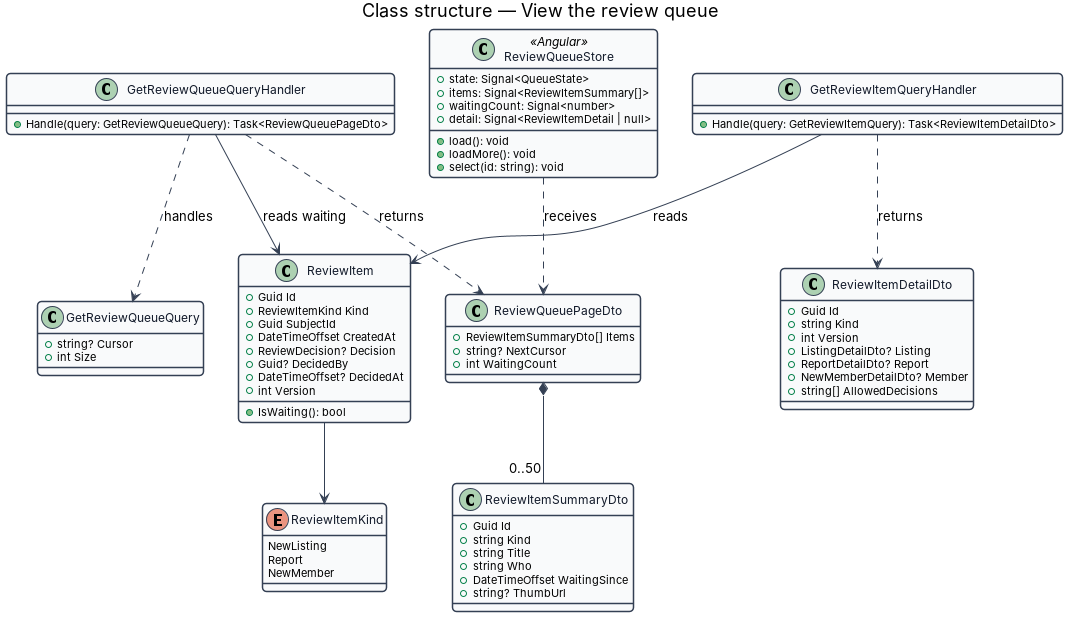
Above: docs/detailed-designs/review/view-review-queue/diagrams/class-structure.png in QuinntyneBrown/christian-rent (PlantUML), before the change. Its source is kept beside it as docs/detailed-designs/review/view-review-queue/diagrams/class-structure.puml.
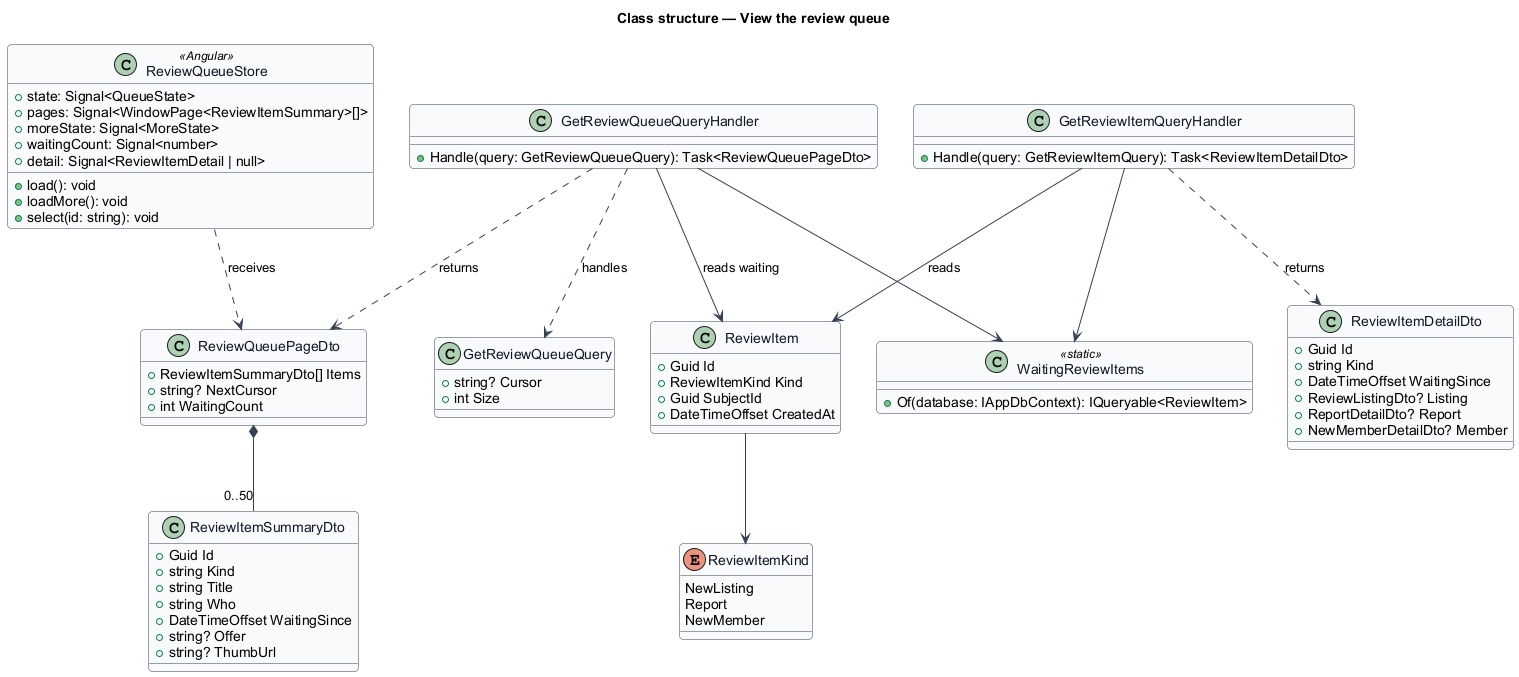
After the change.

Change to the diagram source:
```diff
@@ -16,11 +16,6 @@
   +ReviewItemKind Kind
   +Guid SubjectId
   +DateTimeOffset CreatedAt
-  +ReviewDecision? Decision
-  +Guid? DecidedBy
-  +DateTimeOffset? DecidedAt
-  +int Version
-  +IsWaiting(): bool
 }
 enum ReviewItemKind {
   NewListing
@@ -48,27 +43,33 @@
   +string Title
   +string Who
   +DateTimeOffset WaitingSince
+  +string? Offer
   +string? ThumbUrl
 }
 class ReviewItemDetailDto {
   +Guid Id
   +string Kind
-  +int Version
-  +ListingDetailDto? Listing
+  +DateTimeOffset WaitingSince
+  +ReviewListingDto? Listing
   +ReportDetailDto? Report
   +NewMemberDetailDto? Member
-  +string[] AllowedDecisions
 }
 class ReviewQueueStore <<Angular>> {
   +state: Signal<QueueState>
-  +items: Signal<ReviewItemSummary[]>
+  +pages: Signal<WindowPage<ReviewItemSummary>[]>
+  +moreState: Signal<MoreState>
   +waitingCount: Signal<number>
   +detail: Signal<ReviewItemDetail | null>
   +load(): void
   +loadMore(): void
   +select(id: string): void
 }
+class WaitingReviewItems <<static>> {
+  +Of(database: IAppDbContext): IQueryable<ReviewItem>
+}
 ReviewItem --> ReviewItemKind
+GetReviewQueueQueryHandler --> WaitingReviewItems
+GetReviewItemQueryHandler --> WaitingReviewItems
 GetReviewQueueQueryHandler ..> GetReviewQueueQuery : handles
 GetReviewQueueQueryHandler --> ReviewItem : reads waiting
 GetReviewQueueQueryHandler ..> ReviewQueuePageDto : returns
```
